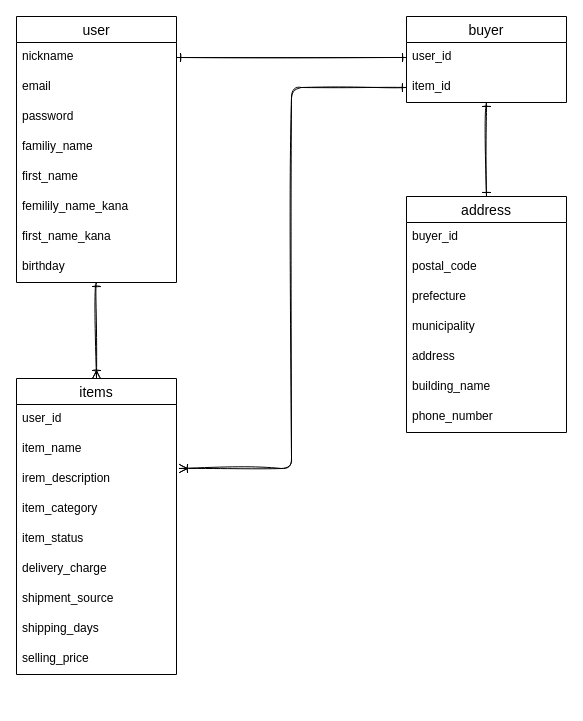
Earlier version of the draw.io diagram furima.dio (ShoMorita/furima-35574). Source tidied: cells renumbered, new cells numbered last; positions are measured from the earlier drawing's top-left corner, leaving out a move shared by most shapes. Both pictures are drawn from the tidied source at 100%, with x=0, y=0 at pixel (16, 16).
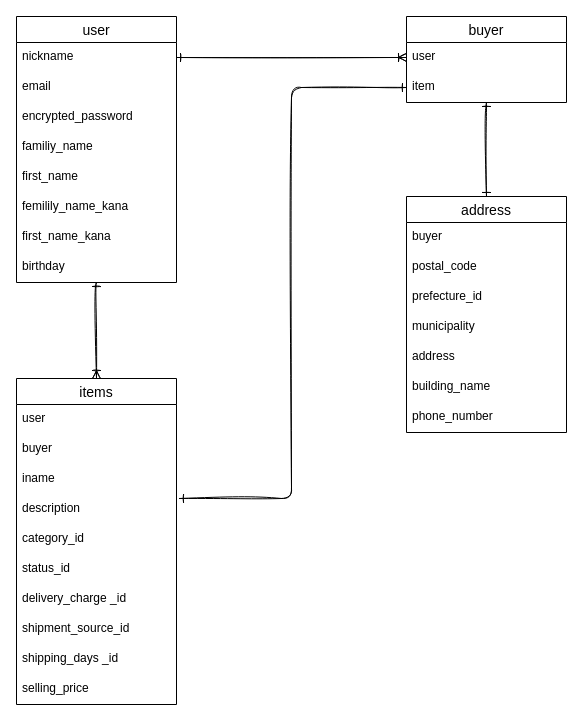
After the change.

Commit message (it also covers changes not shown here):
データベース設計　修正３

Unchanged cells that the change refers to:
```xml
<mxCell id="3" value="user" style="swimlane;fontStyle=0;horizontal=1;startSize=26;align=center;fontSize=14;" parent="1" vertex="1">
  <mxGeometry width="160" height="266" as="geometry" />
</mxCell>
<mxCell id="4" value="nickname" style="text;strokeColor=none;fillColor=none;spacingLeft=4;spacingRight=4;overflow=hidden;points=[[0,0.5],[1,0.5]];portConstraint=eastwest;fontSize=12;" parent="3" vertex="1">
  <mxGeometry y="26" width="160" height="30" as="geometry" />
</mxCell>
<mxCell id="23" value="buyer" style="swimlane;fontStyle=0;horizontal=1;startSize=26;align=center;fontSize=14;" parent="1" vertex="1">
  <mxGeometry x="390" width="160" height="86" as="geometry" />
</mxCell>
<mxCell id="26" value="address" style="swimlane;fontStyle=0;horizontal=1;startSize=26;align=center;fontSize=14;" parent="1" vertex="1">
  <mxGeometry x="390" y="180" width="160" height="236" as="geometry" />
</mxCell>
```

The edit, as a diff of the source:
```diff
@@
-    <mxCell id="6" value="password" style="text;strokeColor=none;fillColor=none;spacingLeft=4;spacingRight=4;overflow=hidden;fontSize=12;" parent="3" vertex="1">
+    <mxCell id="6" value="encrypted_password" style="text;strokeColor=none;fillColor=none;spacingLeft=4;spacingRight=4;overflow=hidden;fontSize=12;" parent="3" vertex="1">
       <mxGeometry y="86" width="160" height="30" as="geometry" />
     </mxCell>
@@
     <mxCell id="12" value="items" style="swimlane;fontStyle=0;horizontal=1;startSize=26;align=center;fontSize=14;" parent="1" vertex="1">
-      <mxGeometry y="362" width="160" height="296" as="geometry" />
+      <mxGeometry y="362" width="160" height="326" as="geometry" />
     </mxCell>
-    <mxCell id="13" value="user_id" style="text;strokeColor=none;fillColor=none;spacingLeft=4;spacingRight=4;overflow=hidden;fontSize=12;" parent="12" vertex="1">
+    <mxCell id="13" value="user" style="text;strokeColor=none;fillColor=none;spacingLeft=4;spacingRight=4;overflow=hidden;fontSize=12;" parent="12" vertex="1">
       <mxGeometry y="26" width="160" height="30" as="geometry" />
     </mxCell>
+    <mxCell id="36" value="buyer" style="text;strokeColor=none;fillColor=none;spacingLeft=4;spacingRight=4;overflow=hidden;fontSize=12;" parent="12" vertex="1">
+      <mxGeometry y="56" width="160" height="30" as="geometry" />
+    </mxCell>
-    <mxCell id="14" value="item_name" style="text;strokeColor=none;fillColor=none;spacingLeft=4;spacingRight=4;overflow=hidden;fontSize=12;" parent="12" vertex="1">
-      <mxGeometry y="56" width="160" height="30" as="geometry" />
+    <mxCell id="14" value="iname" style="text;strokeColor=none;fillColor=none;spacingLeft=4;spacingRight=4;overflow=hidden;fontSize=12;" parent="12" vertex="1">
+      <mxGeometry y="86" width="160" height="30" as="geometry" />
     </mxCell>
-    <mxCell id="15" value="irem_description" style="text;strokeColor=none;fillColor=none;spacingLeft=4;spacingRight=4;overflow=hidden;points=[[0,0.5],[1,0.5]];portConstraint=eastwest;fontSize=12;" parent="12" vertex="1">
-      <mxGeometry y="86" width="160" height="30" as="geometry" />
+    <mxCell id="15" value="description" style="text;strokeColor=none;fillColor=none;spacingLeft=4;spacingRight=4;overflow=hidden;points=[[0,0.5],[1,0.5]];portConstraint=eastwest;fontSize=12;" parent="12" vertex="1">
+      <mxGeometry y="116" width="160" height="30" as="geometry" />
     </mxCell>
-    <mxCell id="16" value="item_category" style="text;strokeColor=none;fillColor=none;spacingLeft=4;spacingRight=4;overflow=hidden;fontSize=12;" parent="12" vertex="1">
-      <mxGeometry y="116" width="160" height="30" as="geometry" />
+    <mxCell id="16" value="category_id" style="text;strokeColor=none;fillColor=none;spacingLeft=4;spacingRight=4;overflow=hidden;fontSize=12;" parent="12" vertex="1">
+      <mxGeometry y="146" width="160" height="30" as="geometry" />
     </mxCell>
-    <mxCell id="17" value="item_status" style="text;strokeColor=none;fillColor=none;spacingLeft=4;spacingRight=4;overflow=hidden;fontSize=12;" parent="12" vertex="1">
-      <mxGeometry y="146" width="160" height="30" as="geometry" />
+    <mxCell id="17" value="status_id" style="text;strokeColor=none;fillColor=none;spacingLeft=4;spacingRight=4;overflow=hidden;fontSize=12;" parent="12" vertex="1">
+      <mxGeometry y="176" width="160" height="30" as="geometry" />
     </mxCell>
-    <mxCell id="18" value="delivery_charge " style="text;strokeColor=none;fillColor=none;spacingLeft=4;spacingRight=4;overflow=hidden;fontSize=12;" parent="12" vertex="1">
-      <mxGeometry y="176" width="160" height="30" as="geometry" />
+    <mxCell id="18" value="delivery_charge _id" style="text;strokeColor=none;fillColor=none;spacingLeft=4;spacingRight=4;overflow=hidden;fontSize=12;" parent="12" vertex="1">
+      <mxGeometry y="206" width="160" height="30" as="geometry" />
     </mxCell>
-    <mxCell id="19" value="shipment_source" style="text;strokeColor=none;fillColor=none;spacingLeft=4;spacingRight=4;overflow=hidden;fontSize=12;" parent="12" vertex="1">
-      <mxGeometry y="206" width="160" height="30" as="geometry" />
+    <mxCell id="19" value="shipment_source_id" style="text;strokeColor=none;fillColor=none;spacingLeft=4;spacingRight=4;overflow=hidden;fontSize=12;" parent="12" vertex="1">
+      <mxGeometry y="236" width="160" height="30" as="geometry" />
     </mxCell>
-    <mxCell id="20" value="shipping_days " style="text;strokeColor=none;fillColor=none;spacingLeft=4;spacingRight=4;overflow=hidden;fontSize=12;" parent="12" vertex="1">
-      <mxGeometry y="236" width="160" height="30" as="geometry" />
+    <mxCell id="20" value="shipping_days _id" style="text;strokeColor=none;fillColor=none;spacingLeft=4;spacingRight=4;overflow=hidden;fontSize=12;" parent="12" vertex="1">
+      <mxGeometry y="266" width="160" height="30" as="geometry" />
     </mxCell>
     <mxCell id="21" value="selling_price" style="text;strokeColor=none;fillColor=none;spacingLeft=4;spacingRight=4;overflow=hidden;fontSize=12;" parent="12" vertex="1">
-      <mxGeometry y="266" width="160" height="30" as="geometry" />
+      <mxGeometry y="296" width="160" height="30" as="geometry" />
     </mxCell>
@@
-    <mxCell id="24" value="user_id" style="text;strokeColor=none;fillColor=none;spacingLeft=4;spacingRight=4;overflow=hidden;points=[[0,0.5],[1,0.5]];portConstraint=eastwest;fontSize=12;" parent="23" vertex="1">
+    <mxCell id="24" value="user" style="text;strokeColor=none;fillColor=none;spacingLeft=4;spacingRight=4;overflow=hidden;points=[[0,0.5],[1,0.5]];portConstraint=eastwest;fontSize=12;" parent="23" vertex="1">
       <mxGeometry y="26" width="160" height="30" as="geometry" />
     </mxCell>
-    <mxCell id="25" value="item_id" style="text;strokeColor=none;fillColor=none;spacingLeft=4;spacingRight=4;overflow=hidden;points=[[0,0.5],[1,0.5]];portConstraint=eastwest;fontSize=12;" parent="23" vertex="1">
+    <mxCell id="25" value="item" style="text;strokeColor=none;fillColor=none;spacingLeft=4;spacingRight=4;overflow=hidden;points=[[0,0.5],[1,0.5]];portConstraint=eastwest;fontSize=12;" parent="23" vertex="1">
       <mxGeometry y="56" width="160" height="30" as="geometry" />
     </mxCell>
@@
-    <mxCell id="27" value="buyer_id" style="text;strokeColor=none;fillColor=none;spacingLeft=4;spacingRight=4;overflow=hidden;fontSize=12;" parent="26" vertex="1">
+    <mxCell id="27" value="buyer" style="text;strokeColor=none;fillColor=none;spacingLeft=4;spacingRight=4;overflow=hidden;fontSize=12;" parent="26" vertex="1">
       <mxGeometry y="26" width="160" height="30" as="geometry" />
     </mxCell>
@@
-    <mxCell id="29" value="prefecture" style="text;strokeColor=none;fillColor=none;spacingLeft=4;spacingRight=4;overflow=hidden;fontSize=12;" parent="26" vertex="1">
+    <mxCell id="29" value="prefecture_id" style="text;strokeColor=none;fillColor=none;spacingLeft=4;spacingRight=4;overflow=hidden;fontSize=12;" parent="26" vertex="1">
       <mxGeometry y="86" width="160" height="30" as="geometry" />
     </mxCell>
@@
-    <mxCell id="31" value="address" style="text;strokeColor=none;fillColor=none;spacingLeft=4;spacingRight=4;overflow=hidden;fontSize=12;" parent="26" vertex="1">
+    <mxCell id="31" value="address  " style="text;strokeColor=none;fillColor=none;spacingLeft=4;spacingRight=4;overflow=hidden;fontSize=12;" parent="26" vertex="1">
       <mxGeometry y="146" width="160" height="30" as="geometry" />
     </mxCell>
@@
-    <mxCell id="34" style="edgeStyle=orthogonalEdgeStyle;rounded=1;sketch=1;jettySize=auto;html=1;entryX=1;entryY=0.5;entryDx=0;entryDy=0;startArrow=ERone;startFill=0;endArrow=ERone;endFill=0;strokeWidth=1;" parent="1" edge="1" source="24" target="4">
+    <mxCell id="34" style="edgeStyle=orthogonalEdgeStyle;rounded=1;sketch=1;jettySize=auto;html=1;entryX=1;entryY=0.5;entryDx=0;entryDy=0;startArrow=ERoneToMany;startFill=0;endArrow=ERone;endFill=0;strokeWidth=1;" parent="1" edge="1" source="24" target="4">
       <mxGeometry relative="1" as="geometry" />
     </mxCell>
-    <mxCell id="35" style="edgeStyle=orthogonalEdgeStyle;rounded=1;sketch=1;jettySize=auto;html=1;entryX=1.019;entryY=0.133;entryDx=0;entryDy=0;entryPerimeter=0;startArrow=ERone;startFill=0;endArrow=ERoneToMany;endFill=0;strokeWidth=1;" parent="1" edge="1" source="25" target="15">
+    <mxCell id="35" style="edgeStyle=orthogonalEdgeStyle;rounded=1;sketch=1;jettySize=auto;html=1;entryX=1.019;entryY=0.133;entryDx=0;entryDy=0;entryPerimeter=0;startArrow=ERone;startFill=0;endArrow=ERone;endFill=0;strokeWidth=1;" parent="1" edge="1" source="25" target="15">
       <mxGeometry relative="1" as="geometry" />
     </mxCell>
```
